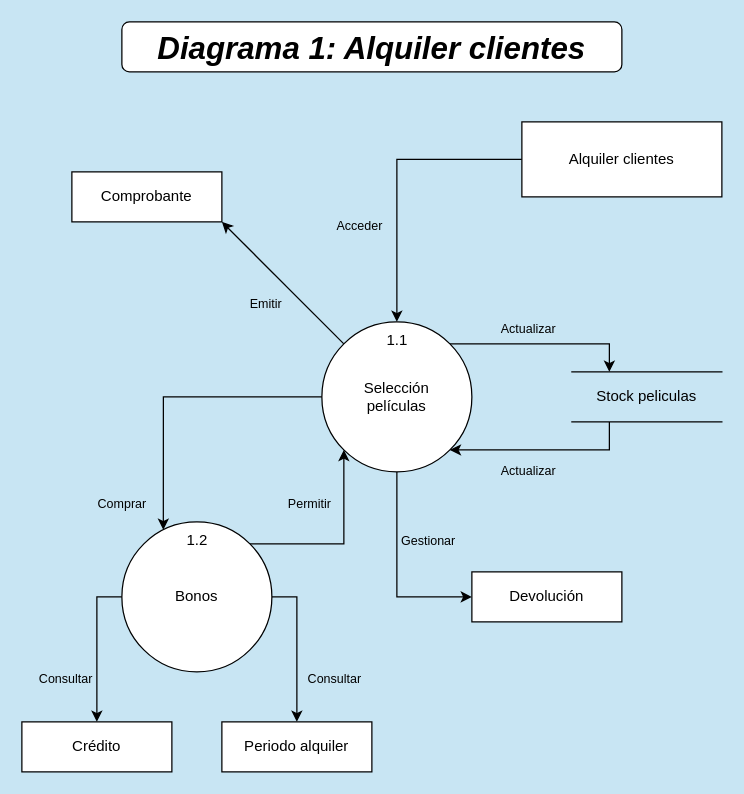
Earlier version of the draw.io diagram 02_Entornos de desarrollo/UT_3/01 DiagramaFlujoDatos/Ejercicios_DFD/03 EjercicioVideoclub/intento2/02_Diagrama1AlquilerClientes.drawio (antgomper/Curso_23-24_DAW). Source tidied: cells renumbered, new cells numbered last; positions are measured from the earlier drawing's top-left corner, leaving out a move shared by most shapes. Both pictures are drawn from the tidied source at 125%, with x=0, y=0 at pixel (21, 21).
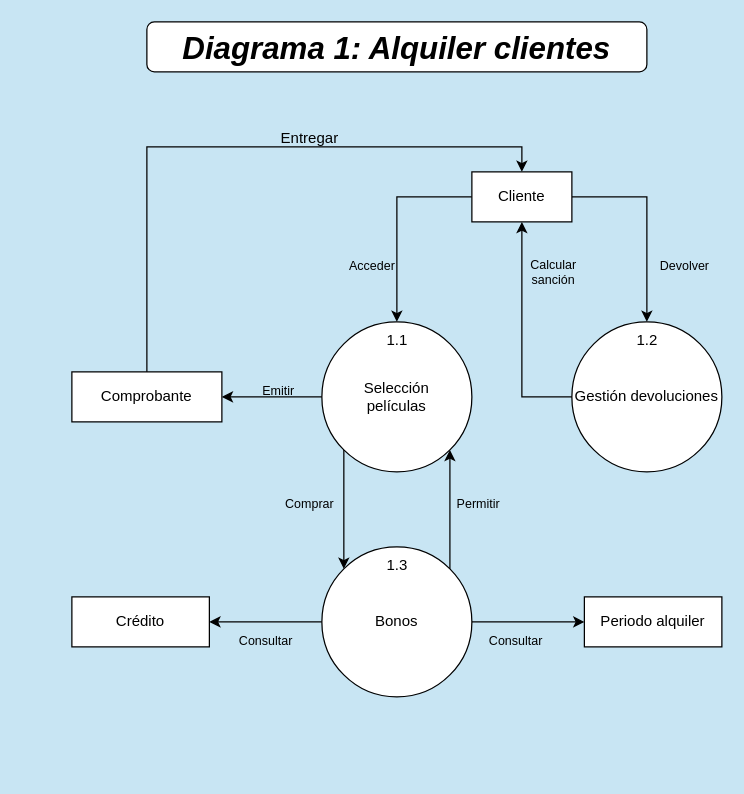
The same page after the edit.

The change refers to these unchanged cells:
```xml
<mxCell id="11" value="&lt;div&gt;Selección&lt;/div&gt;&lt;div&gt;películas&lt;/div&gt;" style="ellipse;whiteSpace=wrap;html=1;" parent="1" vertex="1">
  <mxGeometry x="240" y="240" width="120" height="120" as="geometry" />
</mxCell>
```

Diff of the diagram source:
```diff
@@
+    <mxCell id="31" value="Gestión devoluciones" style="ellipse;whiteSpace=wrap;html=1;" parent="1" vertex="1">
+      <mxGeometry x="440" y="240" width="120" height="120" as="geometry" />
+    </mxCell>
     <mxCell id="2" value="&lt;font style=&quot;font-size: 13px;&quot;&gt;&lt;b style=&quot;font-size: 25px;&quot;&gt;&lt;i&gt;Diagrama 1: Alquiler clientes&lt;br&gt;&lt;/i&gt;&lt;/b&gt;&lt;/font&gt;" style="rounded=1;whiteSpace=wrap;html=1;" parent="1" vertex="1">
-      <mxGeometry x="80" width="400" height="40" as="geometry" />
+      <mxGeometry x="100" width="400" height="40" as="geometry" />
     </mxCell>
@@
+    <mxCell id="32" style="edgeStyle=orthogonalEdgeStyle;rounded=0;jettySize=auto;html=1;exitX=1;exitY=0.5;exitDx=0;exitDy=0;entryX=0.5;entryY=0;entryDx=0;entryDy=0;" parent="1" edge="1" source="4" target="31">
+      <mxGeometry relative="1" as="geometry" />
+    </mxCell>
-    <mxCell id="4" value="&lt;div&gt;Alquiler clientes&lt;/div&gt;" style="rounded=0;whiteSpace=wrap;html=1;" parent="1" vertex="1">
-      <mxGeometry x="400" y="80" width="160" height="60" as="geometry" />
+    <mxCell id="4" value="Cliente" style="rounded=0;whiteSpace=wrap;html=1;" parent="1" vertex="1">
+      <mxGeometry x="360" y="120" width="80" height="40" as="geometry" />
     </mxCell>
     <mxCell id="5" value="Crédito" style="rounded=0;whiteSpace=wrap;html=1;" parent="1" vertex="1">
-      <mxGeometry y="560" width="120" height="40" as="geometry" />
+      <mxGeometry x="40" y="460" width="110" height="40" as="geometry" />
     </mxCell>
+    <mxCell id="33" style="edgeStyle=orthogonalEdgeStyle;rounded=0;jettySize=auto;html=1;exitX=0.5;exitY=0;exitDx=0;exitDy=0;entryX=0.5;entryY=0;entryDx=0;entryDy=0;" parent="1" edge="1" source="6" target="4">
+      <mxGeometry relative="1" as="geometry" />
+    </mxCell>
     <mxCell id="6" value="Comprobante" style="rounded=0;whiteSpace=wrap;html=1;" parent="1" vertex="1">
-      <mxGeometry x="40" y="120" width="120" height="40" as="geometry" />
+      <mxGeometry x="40" y="280" width="120" height="40" as="geometry" />
     </mxCell>
-    <mxCell id="7" style="edgeStyle=orthogonalEdgeStyle;rounded=0;jettySize=auto;html=1;exitX=0;exitY=0.5;exitDx=0;exitDy=0;entryX=0.25;entryY=0;entryDx=0;entryDy=0;" parent="1" edge="1" source="11" target="15">
+    <mxCell id="7" style="edgeStyle=orthogonalEdgeStyle;rounded=0;jettySize=auto;html=1;exitX=0;exitY=1;exitDx=0;exitDy=0;entryX=0;entryY=0;entryDx=0;entryDy=0;" parent="1" edge="1" source="11" target="15">
       <mxGeometry relative="1" as="geometry" />
     </mxCell>
-    <mxCell id="8" style="edgeStyle=orthogonalEdgeStyle;rounded=0;jettySize=auto;html=1;exitX=1;exitY=0;exitDx=0;exitDy=0;entryX=0.25;entryY=0;entryDx=0;entryDy=0;" parent="1" edge="1" source="11" target="24">
-      <mxGeometry relative="1" as="geometry">
-        <Array as="points">
-          <mxPoint x="470" y="258" />
-        </Array>
-      </mxGeometry>
-    </mxCell>
-    <mxCell id="9" style="rounded=0;jettySize=auto;html=1;exitX=0;exitY=0;exitDx=0;exitDy=0;entryX=1;entryY=1;entryDx=0;entryDy=0;" parent="1" edge="1" source="11" target="6">
+    <mxCell id="9" style="edgeStyle=orthogonalEdgeStyle;rounded=0;jettySize=auto;html=1;exitX=0;exitY=0.5;exitDx=0;exitDy=0;entryX=1;entryY=0.5;entryDx=0;entryDy=0;" parent="1" edge="1" source="11" target="6">
       <mxGeometry relative="1" as="geometry" />
     </mxCell>
-    <mxCell id="10" style="edgeStyle=orthogonalEdgeStyle;rounded=0;jettySize=auto;html=1;exitX=0.5;exitY=1;exitDx=0;exitDy=0;entryX=0;entryY=0.5;entryDx=0;entryDy=0;" parent="1" edge="1" source="11" target="29">
-      <mxGeometry relative="1" as="geometry" />
-    </mxCell>
@@
-    <mxCell id="14" style="edgeStyle=orthogonalEdgeStyle;rounded=0;jettySize=auto;html=1;exitX=1;exitY=0;exitDx=0;exitDy=0;entryX=0;entryY=1;entryDx=0;entryDy=0;" parent="1" edge="1" source="15" target="11">
-      <mxGeometry relative="1" as="geometry">
-        <Array as="points">
-          <mxPoint x="258" y="418" />
-        </Array>
-      </mxGeometry>
+    <mxCell id="14" style="edgeStyle=orthogonalEdgeStyle;rounded=0;jettySize=auto;html=1;exitX=1;exitY=0;exitDx=0;exitDy=0;entryX=1;entryY=1;entryDx=0;entryDy=0;" parent="1" edge="1" source="15" target="11">
+      <mxGeometry relative="1" as="geometry" />
     </mxCell>
     <mxCell id="15" value="Bonos" style="rounded=0;whiteSpace=wrap;html=1;shape=ellipse;perimeter=ellipsePerimeter;" parent="1" vertex="1">
-      <mxGeometry x="80" y="400" width="120" height="120" as="geometry" />
+      <mxGeometry x="240" y="420" width="120" height="120" as="geometry" />
     </mxCell>
     <mxCell id="16" value="&lt;font style=&quot;font-size: 10px;&quot;&gt;Comprar&lt;/font&gt;" style="text;html=1;align=center;verticalAlign=middle;strokeColor=none;fillColor=none;" parent="1" vertex="1">
-      <mxGeometry x="50" y="370" width="60" height="30" as="geometry" />
+      <mxGeometry x="200" y="370" width="60" height="30" as="geometry" />
     </mxCell>
-    <mxCell id="17" value="&lt;font style=&quot;font-size: 10px;&quot;&gt;Actualizar&lt;/font&gt;" style="text;html=1;align=center;verticalAlign=middle;strokeColor=none;fillColor=none;" parent="1" vertex="1">
-      <mxGeometry x="370" y="230" width="70" height="30" as="geometry" />
-    </mxCell>
@@
     <mxCell id="19" value="&lt;div&gt;&lt;font style=&quot;font-size: 10px;&quot;&gt;Consultar&lt;/font&gt;&lt;/div&gt;" style="text;html=1;align=center;verticalAlign=middle;strokeColor=none;fillColor=none;" parent="1" vertex="1">
-      <mxGeometry y="510" width="70" height="30" as="geometry" />
+      <mxGeometry x="160" y="480" width="70" height="30" as="geometry" />
     </mxCell>
     <mxCell id="20" value="&lt;font style=&quot;font-size: 10px;&quot;&gt;Permitir&lt;/font&gt;" style="text;html=1;align=center;verticalAlign=middle;strokeColor=none;fillColor=none;" parent="1" vertex="1">
-      <mxGeometry x="200" y="370" width="60" height="30" as="geometry" />
+      <mxGeometry x="335" y="370" width="60" height="30" as="geometry" />
     </mxCell>
     <mxCell id="21" value="Periodo alquiler" style="rounded=0;whiteSpace=wrap;html=1;" parent="1" vertex="1">
-      <mxGeometry x="160" y="560" width="120" height="40" as="geometry" />
+      <mxGeometry x="450" y="460" width="110" height="40" as="geometry" />
     </mxCell>
-    <mxCell id="22" value="&lt;div&gt;&lt;font style=&quot;font-size: 10px;&quot;&gt;Consultar&lt;/font&gt;&lt;/div&gt;" style="text;html=1;align=center;verticalAlign=middle;strokeColor=none;fillColor=none;" parent="1" vertex="1">
-      <mxGeometry x="215" y="510" width="70" height="30" as="geometry" />
+    <mxCell id="22" value="&lt;div style=&quot;font-size: 11px;&quot;&gt;&lt;font style=&quot;font-size: 10px;&quot;&gt;Consultar&lt;/font&gt;&lt;/div&gt;" style="text;html=1;align=center;verticalAlign=middle;strokeColor=none;fillColor=none;" parent="1" vertex="1">
+      <mxGeometry x="360" y="480" width="70" height="30" as="geometry" />
     </mxCell>
-    <mxCell id="23" style="edgeStyle=orthogonalEdgeStyle;rounded=0;jettySize=auto;html=1;exitX=0.25;exitY=1;exitDx=0;exitDy=0;entryX=1;entryY=1;entryDx=0;entryDy=0;" parent="1" edge="1" source="24" target="11">
-      <mxGeometry relative="1" as="geometry" />
-    </mxCell>
-    <mxCell id="24" value="Stock peliculas" style="shape=partialRectangle;whiteSpace=wrap;html=1;left=0;right=0;fillColor=none;" parent="1" vertex="1">
-      <mxGeometry x="440" y="280" width="120" height="40" as="geometry" />
-    </mxCell>
-    <mxCell id="25" value="&lt;font style=&quot;font-size: 10px;&quot;&gt;Actualizar&lt;/font&gt;" style="text;html=1;align=center;verticalAlign=middle;strokeColor=none;fillColor=none;" parent="1" vertex="1">
-      <mxGeometry x="370" y="343.5" width="70" height="30" as="geometry" />
-    </mxCell>
     <mxCell id="26" value="&lt;font style=&quot;font-size: 10px;&quot;&gt;Acceder&lt;/font&gt;" style="text;html=1;align=center;verticalAlign=middle;strokeColor=none;fillColor=none;" parent="1" vertex="1">
-      <mxGeometry x="240" y="148" width="60" height="30" as="geometry" />
+      <mxGeometry x="250" y="180" width="60" height="30" as="geometry" />
     </mxCell>
-    <mxCell id="27" value="&lt;font style=&quot;font-size: 10px;&quot;&gt;Gestionar&lt;/font&gt;" style="text;html=1;align=center;verticalAlign=middle;strokeColor=none;fillColor=none;" parent="1" vertex="1">
-      <mxGeometry x="290" y="400" width="70" height="30" as="geometry" />
+    <mxCell id="27" value="&lt;font style=&quot;font-size: 10px;&quot;&gt;Devolver&lt;/font&gt;" style="text;html=1;align=center;verticalAlign=middle;strokeColor=none;fillColor=none;" parent="1" vertex="1">
+      <mxGeometry x="500" y="180" width="60" height="30" as="geometry" />
     </mxCell>
     <mxCell id="28" value="&lt;font style=&quot;font-size: 10px;&quot;&gt;Emitir&lt;/font&gt;" style="text;html=1;align=center;verticalAlign=middle;strokeColor=none;fillColor=none;" parent="1" vertex="1">
-      <mxGeometry x="170" y="210" width="50" height="30" as="geometry" />
+      <mxGeometry x="180" y="280" width="50" height="30" as="geometry" />
     </mxCell>
-    <mxCell id="29" value="Devolución" style="rounded=0;whiteSpace=wrap;html=1;" parent="1" vertex="1">
-      <mxGeometry x="360" y="440" width="120" height="40" as="geometry" />
-    </mxCell>
     <mxCell id="30" value="1.2" style="text;html=1;align=center;verticalAlign=middle;strokeColor=none;fillColor=none;" parent="1" vertex="1">
-      <mxGeometry x="120" y="400" width="40" height="30" as="geometry" />
+      <mxGeometry x="480" y="240" width="40" height="30" as="geometry" />
     </mxCell>
+    <mxCell id="34" style="edgeStyle=orthogonalEdgeStyle;rounded=0;jettySize=auto;html=1;exitX=0;exitY=0.5;exitDx=0;exitDy=0;entryX=0.5;entryY=1;entryDx=0;entryDy=0;" parent="1" edge="1" source="31" target="4">
+      <mxGeometry relative="1" as="geometry" />
+    </mxCell>
+    <mxCell id="35" value="&lt;div style=&quot;font-size: 10px;&quot;&gt;&lt;font style=&quot;font-size: 10px;&quot;&gt;Calcular&lt;/font&gt;&lt;/div&gt;&lt;div style=&quot;font-size: 10px;&quot;&gt;&lt;font style=&quot;font-size: 10px;&quot;&gt;s&lt;font style=&quot;font-size: 10px;&quot;&gt;anción&lt;/font&gt;&lt;/font&gt;&lt;/div&gt;" style="text;html=1;align=center;verticalAlign=middle;strokeColor=none;fillColor=none;" parent="1" vertex="1">
+      <mxGeometry x="395" y="180" width="60" height="40" as="geometry" />
+    </mxCell>
+    <mxCell id="36" value="Entregar" style="text;html=1;align=center;verticalAlign=middle;strokeColor=none;fillColor=none;" parent="1" vertex="1">
+      <mxGeometry x="195" y="78" width="70" height="30" as="geometry" />
+    </mxCell>
+    <mxCell id="37" value="1.3" style="text;html=1;align=center;verticalAlign=middle;strokeColor=none;fillColor=none;" parent="1" vertex="1">
+      <mxGeometry x="280" y="420" width="40" height="30" as="geometry" />
+    </mxCell>
```
